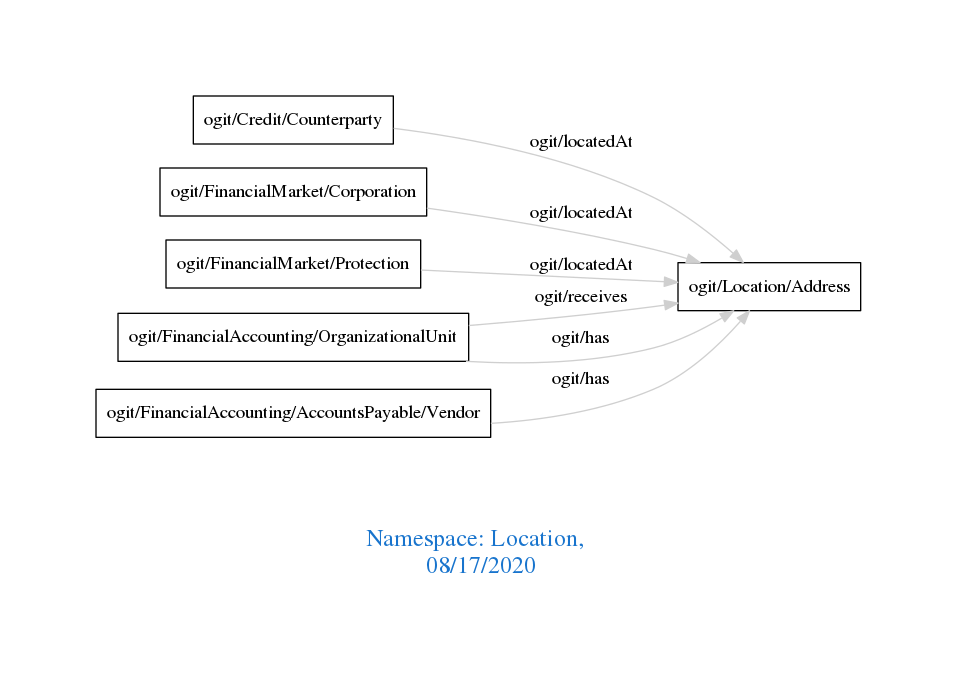
The Graphviz diagram downloads/Location.png in arago/OGIT, before a commit. Its source is kept beside it as downloads/Location.dot.
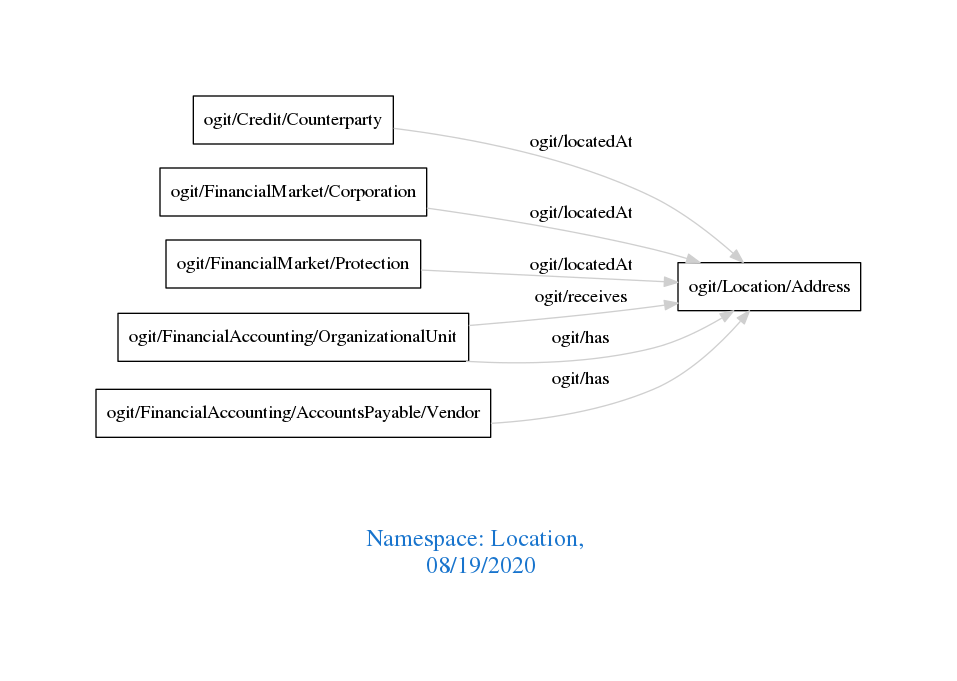
Later version of the same file.

What changed in the source:
```diff
@@ -1,7 +1,7 @@
 digraph OGIT_ontology {
  graph [ rankdir= LR,pad=1
 fontsize = 18,
-fontcolor= dodgerblue3,label = "\n\n\nNamespace: Location, \n 08/17/2020"];
+fontcolor= dodgerblue3,label = "\n\n\nNamespace: Location, \n 08/19/2020"];
 node[shape=polygon];
 edge [  color="gray81"];
 
```
